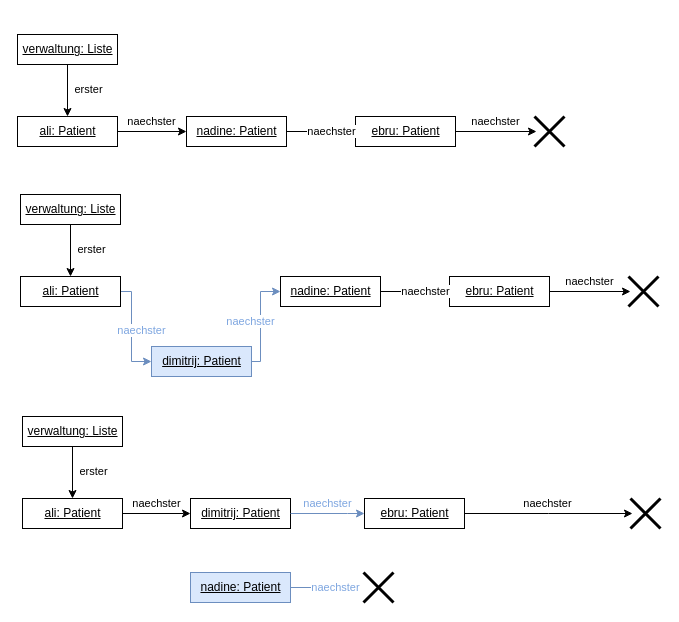
JoernWVSG/diagram keeps this draw.io diagram as page "Page-1" (1 of 9) of Liste.drawio. Above is the earlier version. Source tidied: cells renumbered, new cells numbered last; positions are measured from the earlier drawing's top-left corner, leaving out a move shared by most shapes. Both pictures are drawn from the tidied source at 100%, with x=0, y=0 at pixel (17, 34).
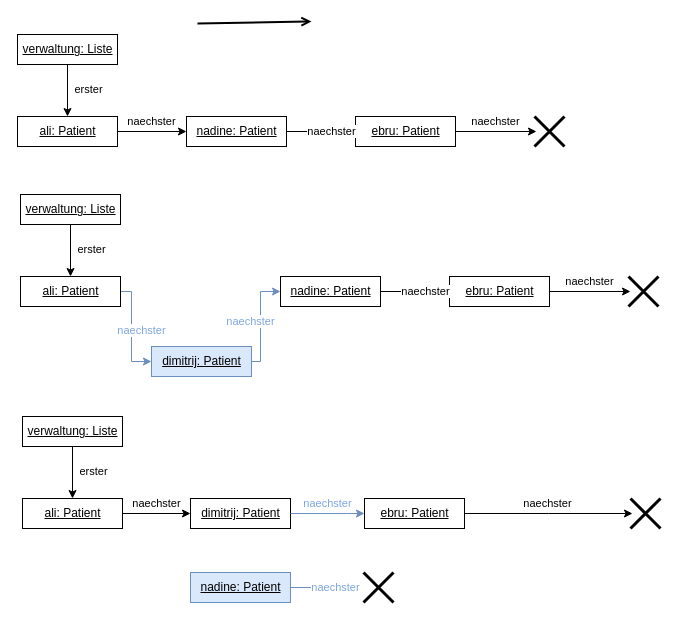
The same diagram, later.

Change to the diagram source:
```diff
@@
+    <mxCell id="34" style="endArrow=open;html=1;rounded=0;endFill=0;jumpSize=11;strokeWidth=2;curved=1;" parent="1" edge="1">
+      <mxGeometry relative="1" as="geometry">
+        <mxPoint x="180" y="-11" as="sourcePoint" />
+        <mxPoint x="294" y="-13" as="targetPoint" />
+      </mxGeometry>
+    </mxCell>
```
